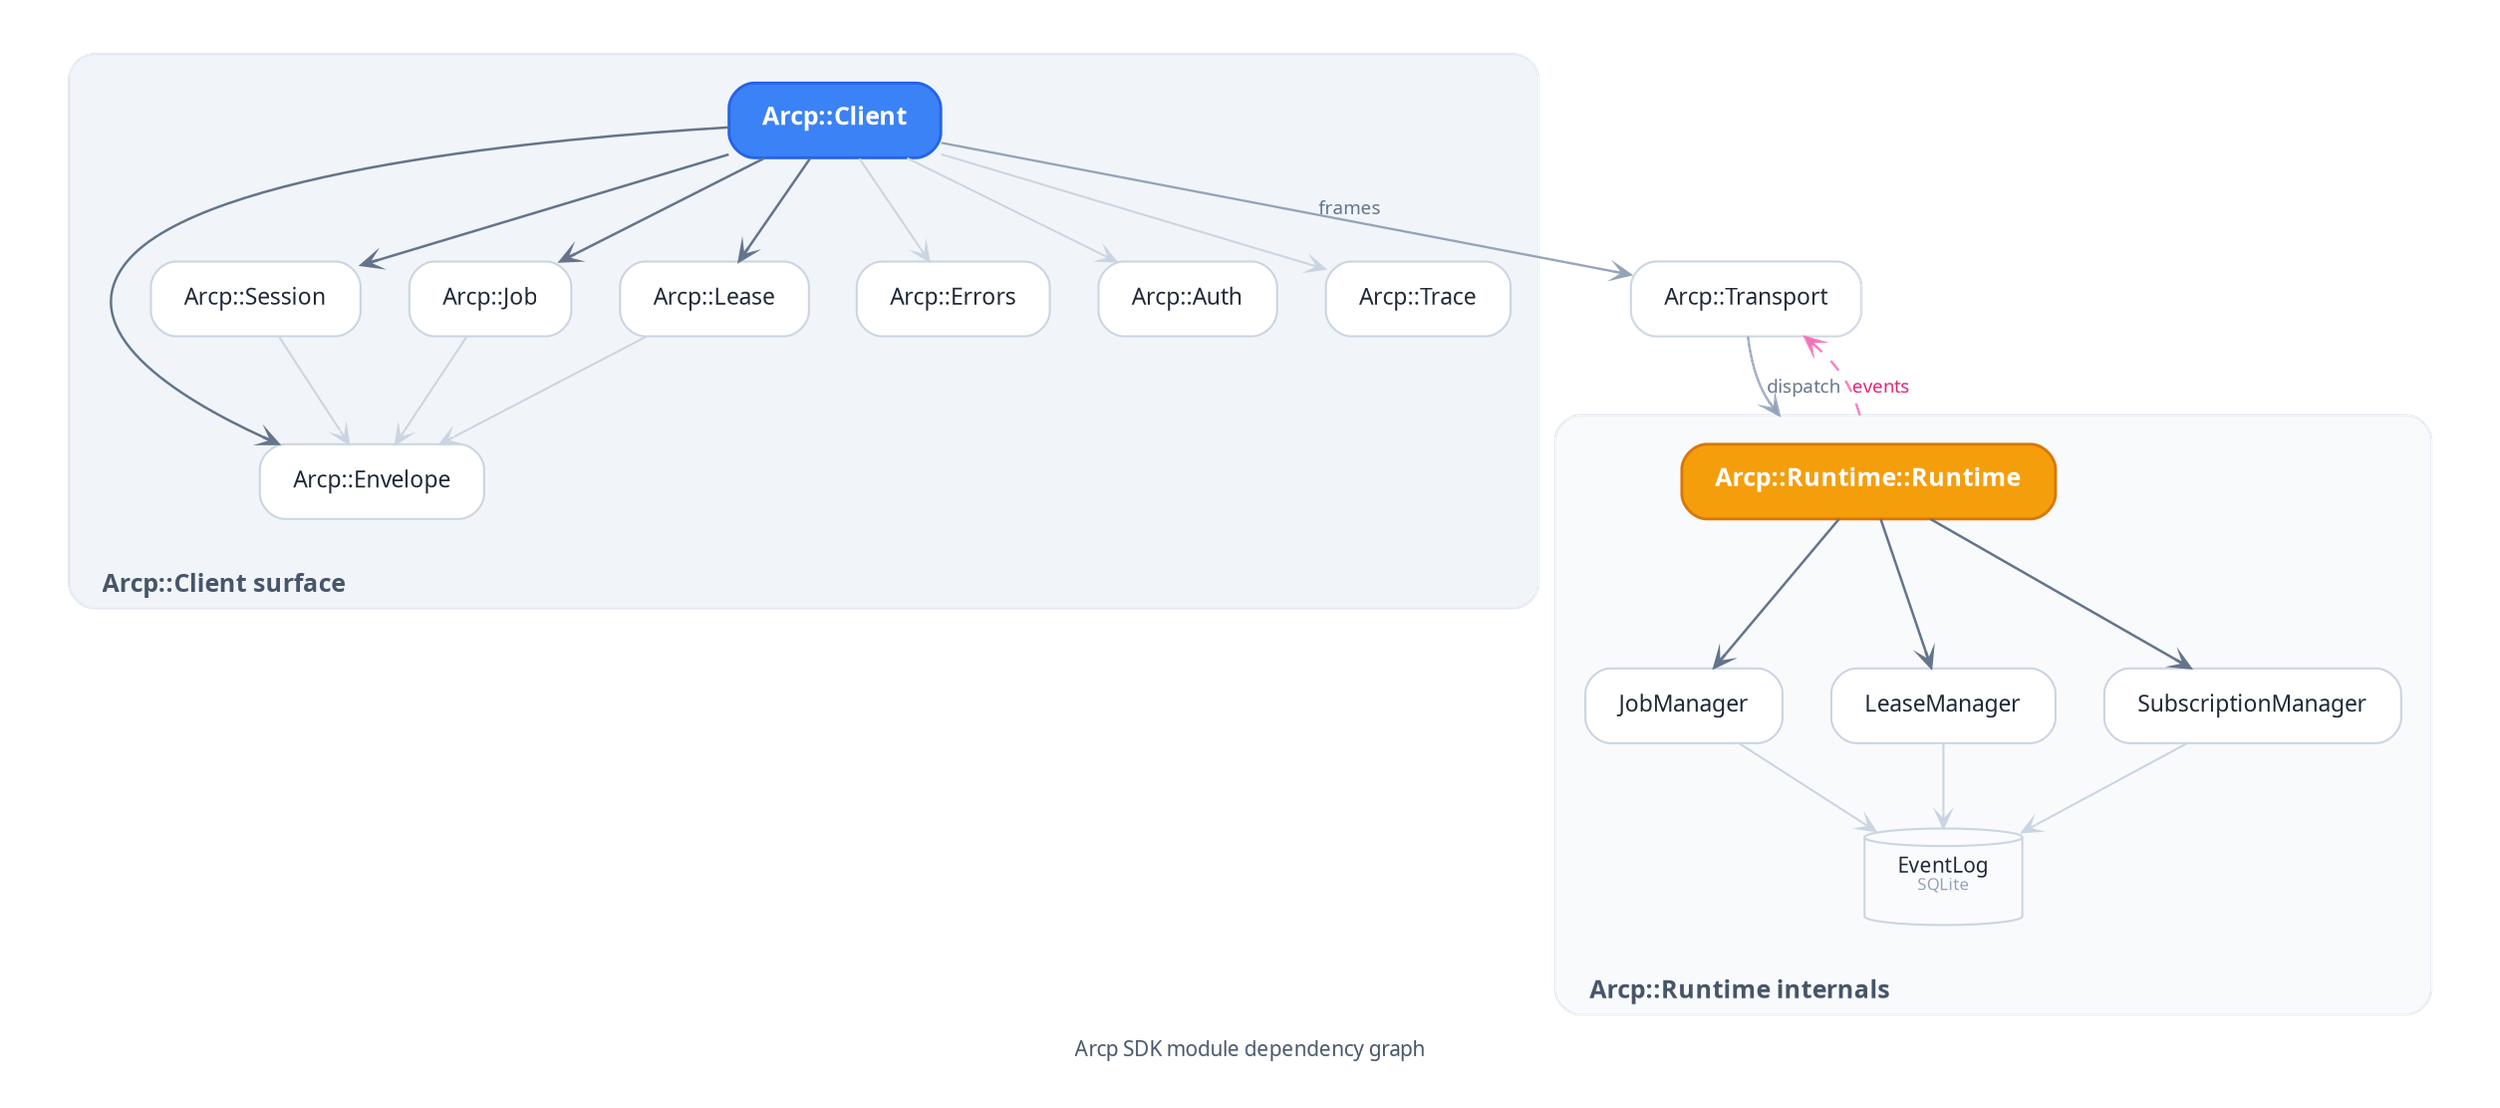
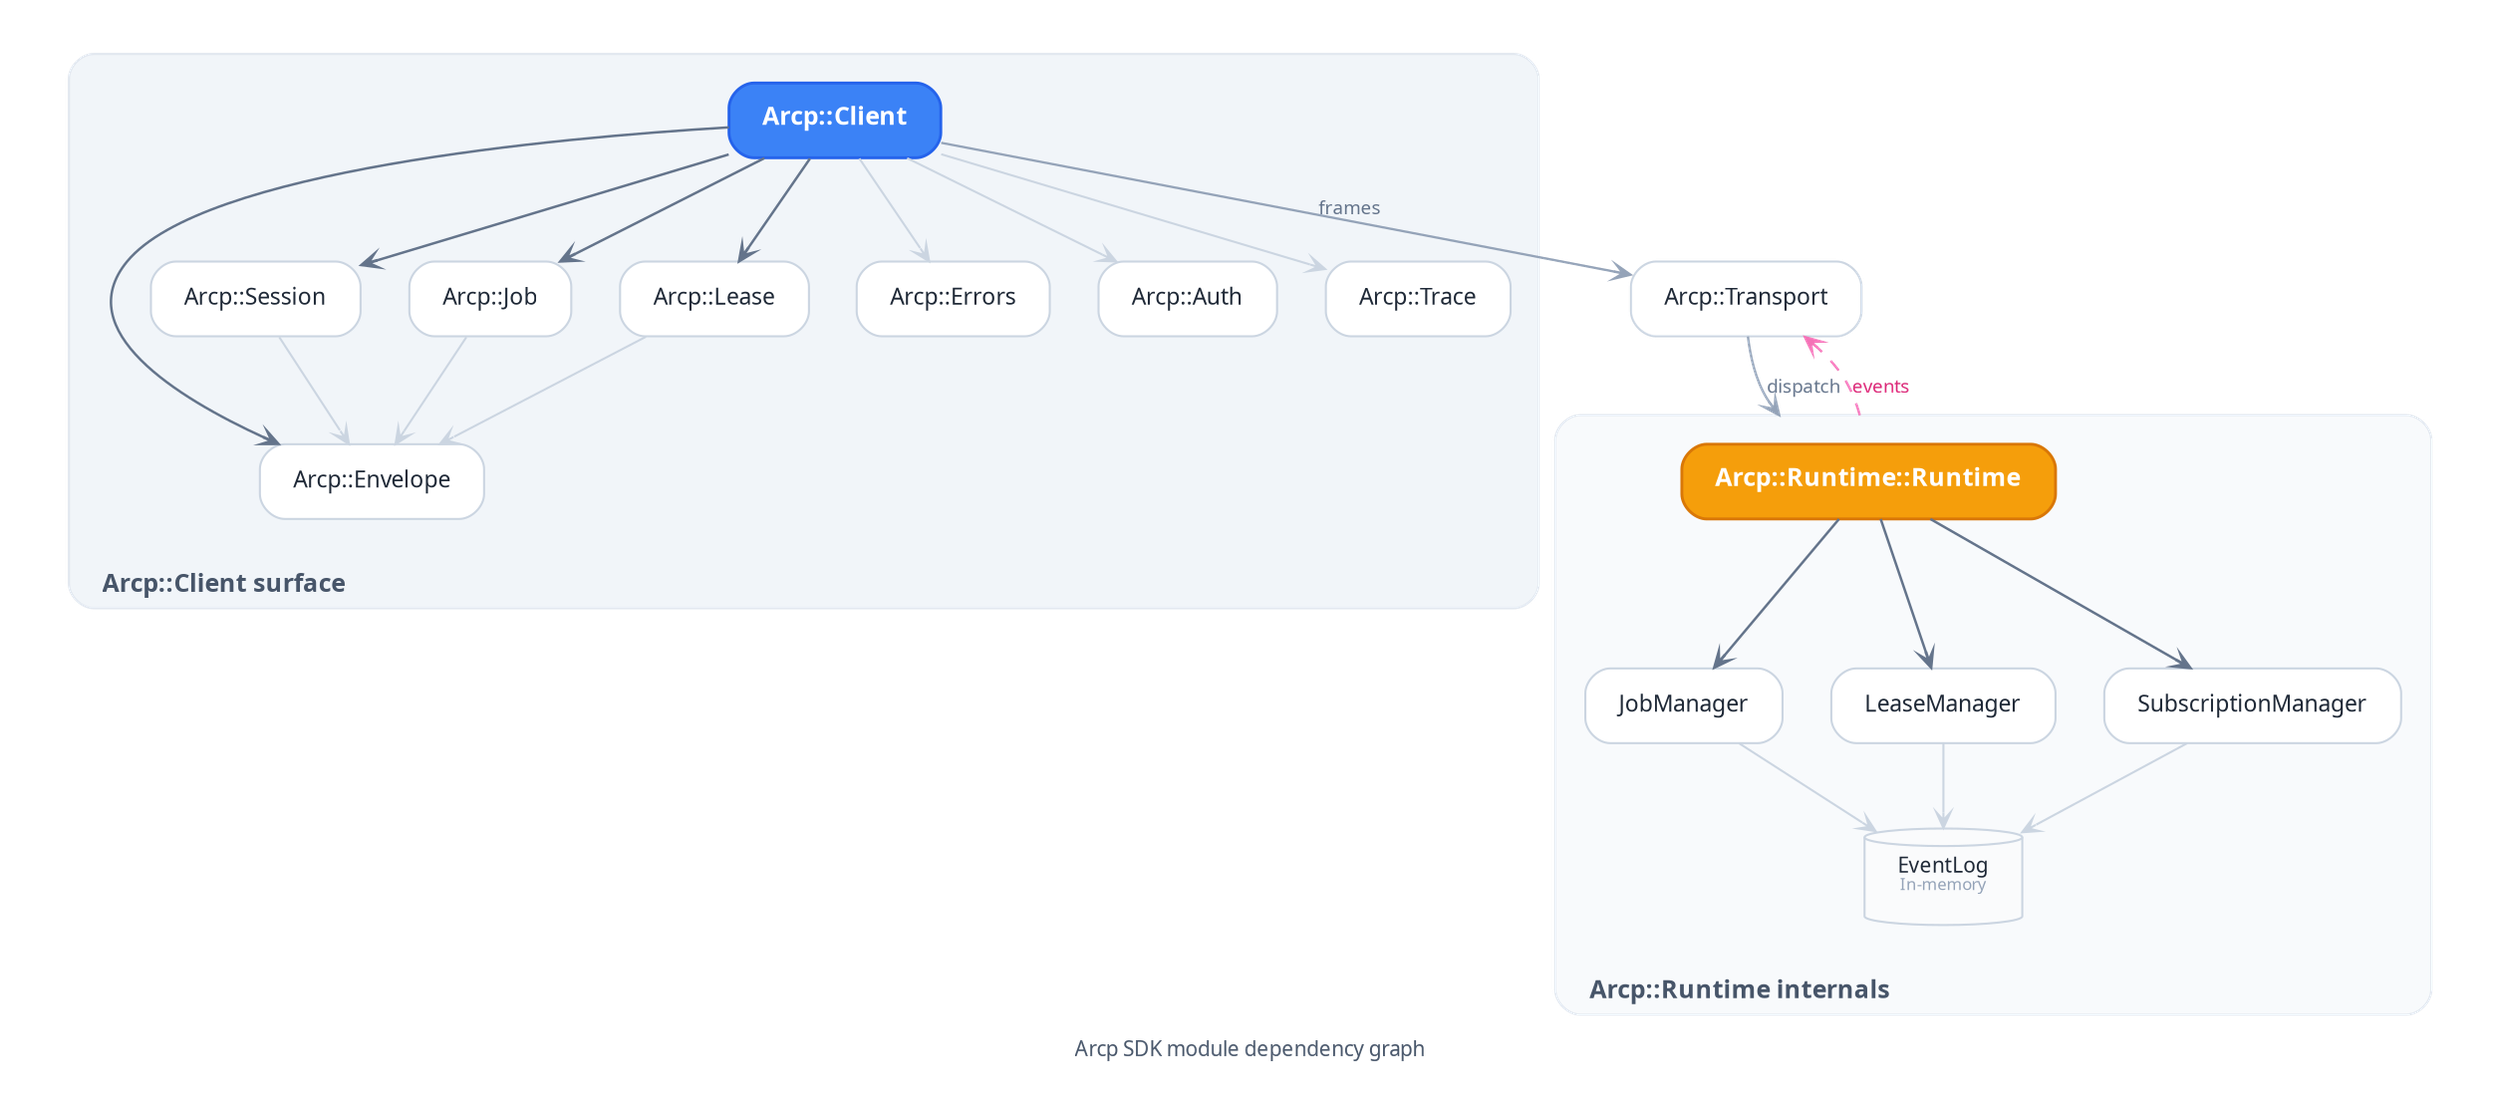
// ============================================================================
//  Arcp Ruby SDK — Module dependency graph (LIGHT variant)
// ============================================================================

digraph ArcpModuleDeps {
  rankdir=TB;
  bgcolor="transparent";
  compound=true;
  fontname="TT Commons Pro Trial";
  splines=spline;
  nodesep=0.32;
  ranksep=0.55;
  pad="0.35,0.25";
  labelloc=b;
  label=<<FONT POINT-SIZE="10" COLOR="#475569">Arcp SDK module dependency graph</FONT>>;

  node [
    shape=box,
    style="rounded,filled",
    fillcolor="white",
    color="#CBD5E1",
    fontname="TT Commons Pro Trial",
    fontsize=11,
    fontcolor="#1F2937",
    margin="0.22,0.11",
    penwidth=1.0
  ];

  edge [
    fontname="TT Commons Pro Trial",
    fontsize=9,
    fontcolor="#64748B",
    color="#94A3B8",
    penwidth=1.1,
    arrowsize=0.75,
    arrowhead=vee
  ];

  // ─── ENTRY ANCHOR ────────────────────────────────────────────────────
  subgraph cluster_client {
    label=<<TABLE BORDER="0" CELLBORDER="0" CELLPADDING="0" CELLSPACING="0"><TR><TD COLSPAN="3" HEIGHT="8"></TD></TR><TR><TD WIDTH="8"></TD><TD><FONT POINT-SIZE="12"><B>Arcp::Client surface</B></FONT></TD><TD WIDTH="8"></TD></TR></TABLE>>;
    style="rounded,filled";
    fillcolor="#F1F5F9";
    color="#E2E8F0";
    fontname="TT Commons Pro Trial";
    fontcolor="#475569";
    margin=14;
    labeljust=l;
    penwidth=1.0;

    Client [
      label=<<FONT POINT-SIZE="12"><B>Arcp::Client</B></FONT>>,
      fillcolor="#3B82F6", color="#2563EB",
      fontcolor="white", penwidth=1.4
    ];

    Envelope [label="Arcp::Envelope"];
    Session  [label="Arcp::Session"];
    Job      [label="Arcp::Job"];
    Lease    [label="Arcp::Lease"];
    Errors   [label="Arcp::Errors"];
    Auth     [label="Arcp::Auth"];
    Trace    [label="Arcp::Trace"];
  }

  Transport [label="Arcp::Transport"];

  // ─── HUB + Runtime cluster ───────────────────────────────────────────
  subgraph cluster_runtime {
    label=<<TABLE BORDER="0" CELLBORDER="0" CELLPADDING="0" CELLSPACING="0"><TR><TD COLSPAN="3" HEIGHT="8"></TD></TR><TR><TD WIDTH="8"></TD><TD><FONT POINT-SIZE="12"><B>Arcp::Runtime internals</B></FONT></TD><TD WIDTH="8"></TD></TR></TABLE>>;
    style="rounded,filled";
    fillcolor="#F8FAFC";
    color="#E2E8F0";
    fontname="TT Commons Pro Trial";
    fontcolor="#475569";
    margin=14;
    labeljust=l;
    penwidth=1.0;

    Runtime [
      label=<<FONT POINT-SIZE="12"><B>Arcp::Runtime::Runtime</B></FONT>>,
      fillcolor="#F59E0B", color="#D97706",
      fontcolor="white", penwidth=1.4
    ];

    JobMgr  [label="JobManager"];
    LeaseMgr [label="LeaseManager"];
    SubMgr  [label="SubscriptionManager"];

    EventLog [
-       label=<<FONT POINT-SIZE="10">EventLog</FONT><BR/><FONT POINT-SIZE="8" COLOR="#94A3B8">SQLite</FONT>>,
+       label=<<FONT POINT-SIZE="10">EventLog</FONT><BR/><FONT POINT-SIZE="8" COLOR="#94A3B8">In-memory</FONT>>,
      shape=cylinder, fillcolor="#FAFBFC"
    ];
  }

  // ─── WIRING ──────────────────────────────────────────────────────────
  // Client to Runtime via Transport
  Client -> Transport [label="frames"];
  Transport -> Runtime [lhead=cluster_runtime, label="dispatch"];

  // PRIMARY SPINE — Client surface composition
  edge [color="#64748B", penwidth=1.2];
  Client -> Envelope;
  Client -> Session;
  Client -> Job;
  Client -> Lease;

  // PRIMARY SPINE — Runtime fan-out
  Runtime -> JobMgr;
  Runtime -> LeaseMgr;
  Runtime -> SubMgr;

  // SECONDARY WIRING
  edge [color="#CBD5E1", penwidth=1.0];
  Client -> Errors;
  Client -> Auth;
  Client -> Trace;
  Session -> Envelope;
  Job -> Envelope;
  Lease -> Envelope;

  JobMgr -> EventLog;
  LeaseMgr -> EventLog;
  SubMgr -> EventLog;

  // FEEDBACK — runtime emits events back to client over transport
  Runtime -> Transport [
    style=dashed, color="#F472B6", penwidth=1.1,
    constraint=false,
    label=<<FONT COLOR="#DB2777">events</FONT>>, fontsize=9,
    ltail=cluster_runtime
  ];
}
